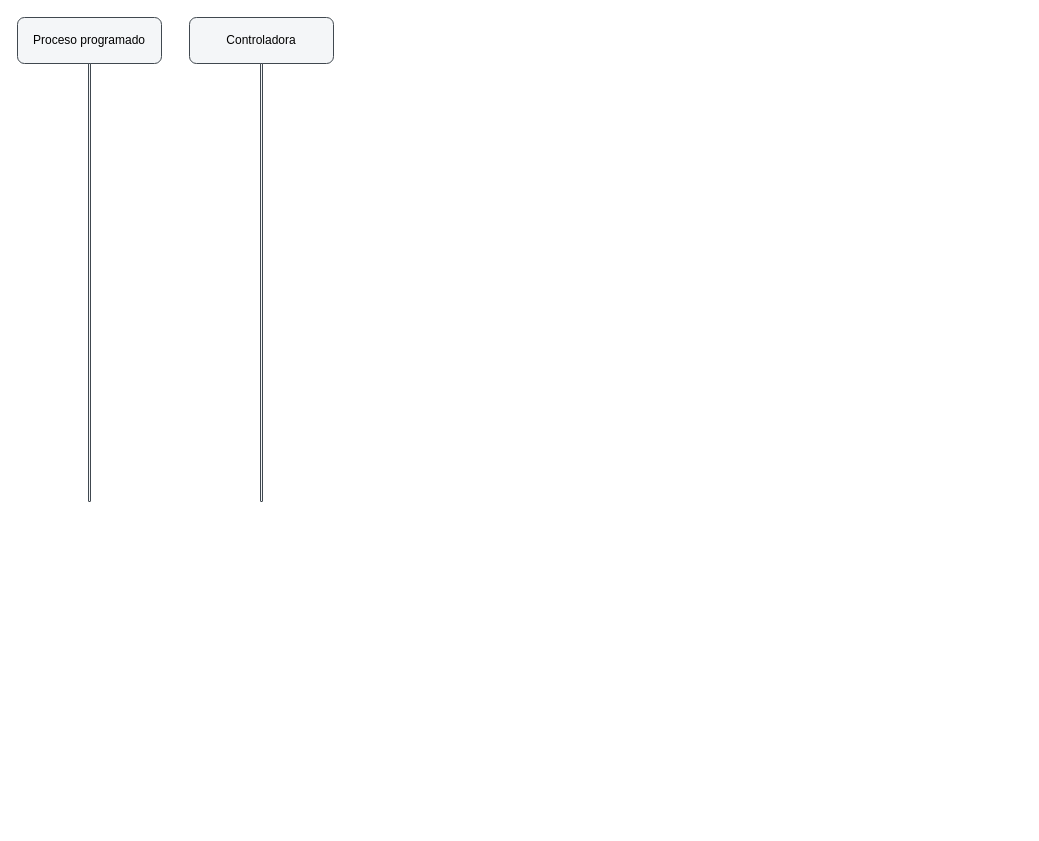
This is docs/diagramas/secuencia/secuencia-cu49.drawio from santinodelmonte/Tesis, a draw.io file, before an edit. Source tidied: cells renumbered, new cells numbered last; positions are measured from the earlier drawing's top-left corner, leaving out a move shared by most shapes. Both pictures are drawn from the tidied source at 100%, with x=0, y=0 at pixel (17, 17).
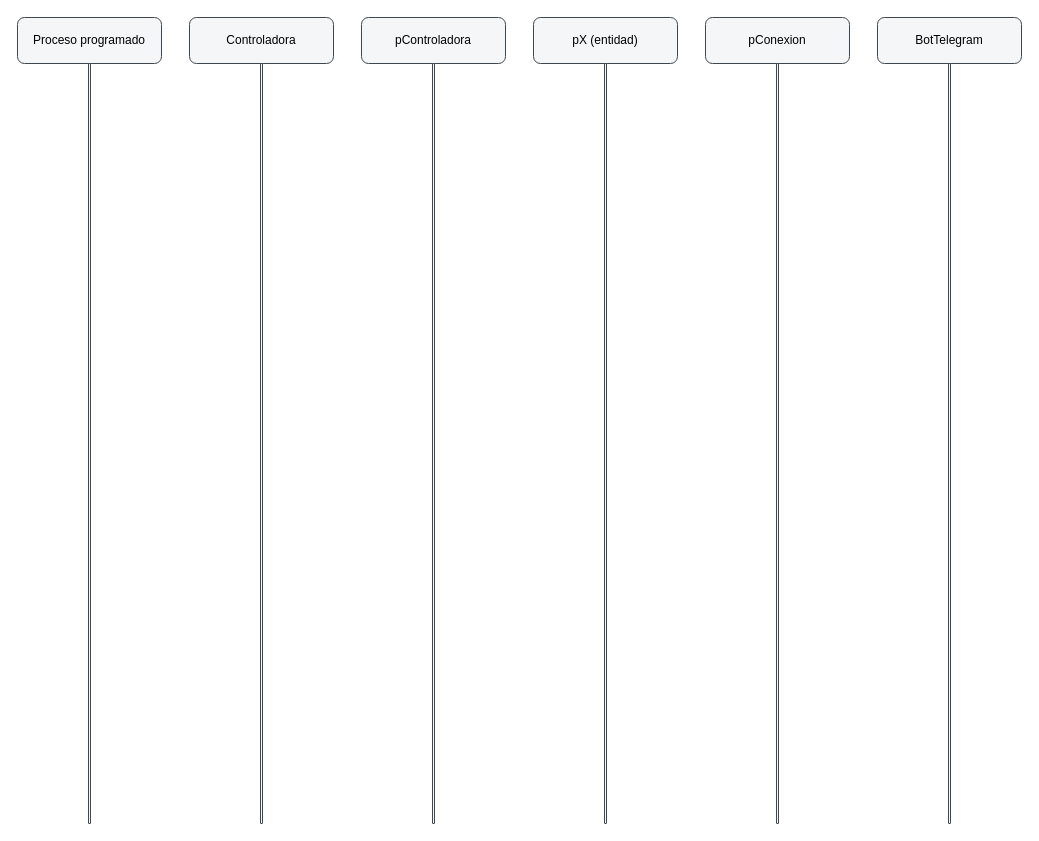
The same page after the edit.

Change to the diagram source:
```diff
@@
 <mxGraphModel>
   <root>
     <mxCell id="0" />
     <mxCell id="1" parent="0" />
     <mxCell id="2" value="Proceso programado" style="rounded=1;whiteSpace=wrap;html=1;fillColor=#f4f6f8;strokeColor=#40484f;" parent="1" vertex="1">
       <mxGeometry width="144" height="46" as="geometry" />
     </mxCell>
     <mxCell id="3" style="rounded=1;whiteSpace=wrap;html=1;fillColor=#f4f6f8;strokeColor=#40484f;" parent="1" vertex="1">
-      <mxGeometry x="71" y="46" width="2" height="438" as="geometry" />
+      <mxGeometry x="71" y="46" width="2" height="760" as="geometry" />
     </mxCell>
     <mxCell id="4" value="Controladora" style="rounded=1;whiteSpace=wrap;html=1;fillColor=#f4f6f8;strokeColor=#40484f;" parent="1" vertex="1">
       <mxGeometry x="172" width="144" height="46" as="geometry" />
     </mxCell>
     <mxCell id="5" style="rounded=1;whiteSpace=wrap;html=1;fillColor=#f4f6f8;strokeColor=#40484f;" parent="1" vertex="1">
-      <mxGeometry x="243" y="46" width="2" height="438" as="geometry" />
+      <mxGeometry x="243" y="46" width="2" height="760" as="geometry" />
     </mxCell>
+    <mxCell id="6" value="pControladora" style="rounded=1;whiteSpace=wrap;html=1;fillColor=#f4f6f8;strokeColor=#40484f;" parent="1" vertex="1">
+      <mxGeometry x="344" width="144" height="46" as="geometry" />
+    </mxCell>
+    <mxCell id="7" style="rounded=1;whiteSpace=wrap;html=1;fillColor=#f4f6f8;strokeColor=#40484f;" parent="1" vertex="1">
+      <mxGeometry x="415" y="46" width="2" height="760" as="geometry" />
+    </mxCell>
+    <mxCell id="8" value="pX (entidad)" style="rounded=1;whiteSpace=wrap;html=1;fillColor=#f4f6f8;strokeColor=#40484f;" parent="1" vertex="1">
+      <mxGeometry x="516" width="144" height="46" as="geometry" />
+    </mxCell>
+    <mxCell id="9" style="rounded=1;whiteSpace=wrap;html=1;fillColor=#f4f6f8;strokeColor=#40484f;" parent="1" vertex="1">
+      <mxGeometry x="587" y="46" width="2" height="760" as="geometry" />
+    </mxCell>
+    <mxCell id="10" value="pConexion" style="rounded=1;whiteSpace=wrap;html=1;fillColor=#f4f6f8;strokeColor=#40484f;" parent="1" vertex="1">
+      <mxGeometry x="688" width="144" height="46" as="geometry" />
+    </mxCell>
+    <mxCell id="11" style="rounded=1;whiteSpace=wrap;html=1;fillColor=#f4f6f8;strokeColor=#40484f;" parent="1" vertex="1">
+      <mxGeometry x="759" y="46" width="2" height="760" as="geometry" />
+    </mxCell>
+    <mxCell id="12" value="BotTelegram" style="rounded=1;whiteSpace=wrap;html=1;fillColor=#f4f6f8;strokeColor=#40484f;" parent="1" vertex="1">
+      <mxGeometry x="860" width="144" height="46" as="geometry" />
+    </mxCell>
+    <mxCell id="13" style="rounded=1;whiteSpace=wrap;html=1;fillColor=#f4f6f8;strokeColor=#40484f;" parent="1" vertex="1">
+      <mxGeometry x="931" y="46" width="2" height="760" as="geometry" />
+    </mxCell>
   </root>
 </mxGraphModel>
```
